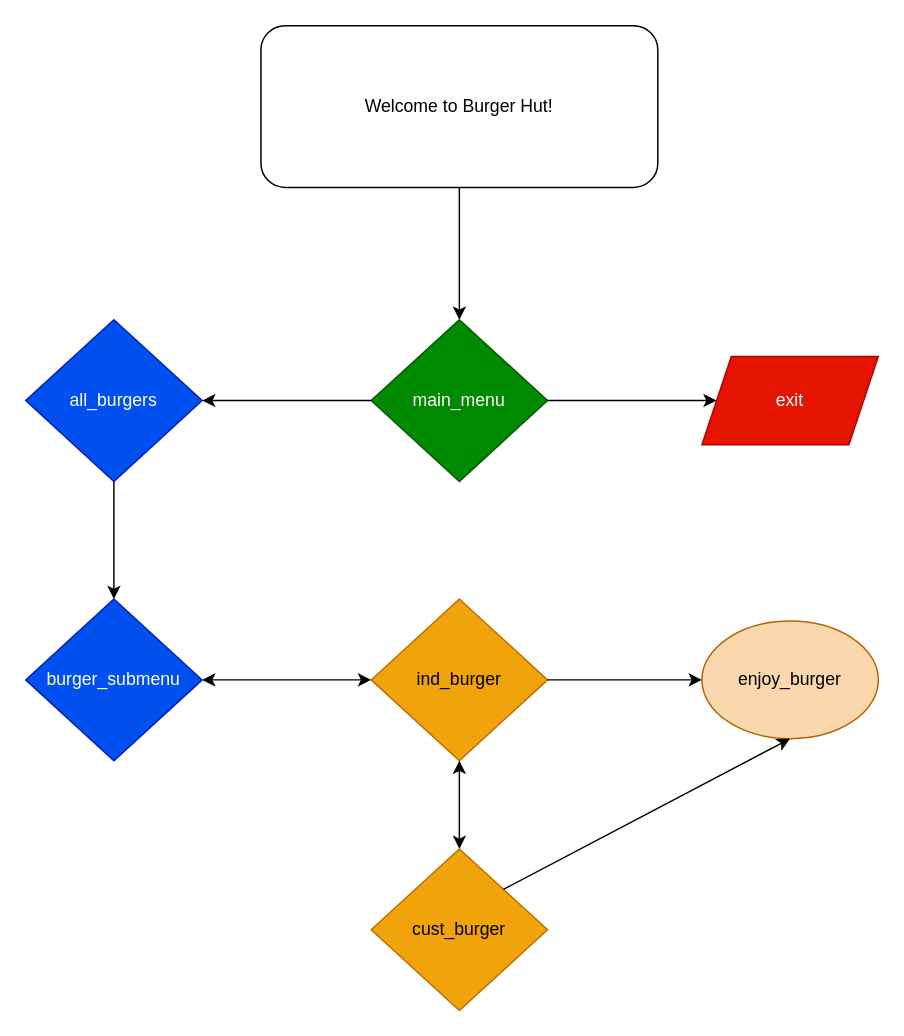
The draw.io diagram server/migrations/BH_flow.drawio in IsaiahCoding/Phase-3-Project, before the edit. Source tidied: cells renumbered, new cells numbered last; positions are measured from the earlier drawing's top-left corner, leaving out a move shared by most shapes. Both pictures are drawn from the tidied source at 147%, with x=0, y=0 at pixel (25, 25).
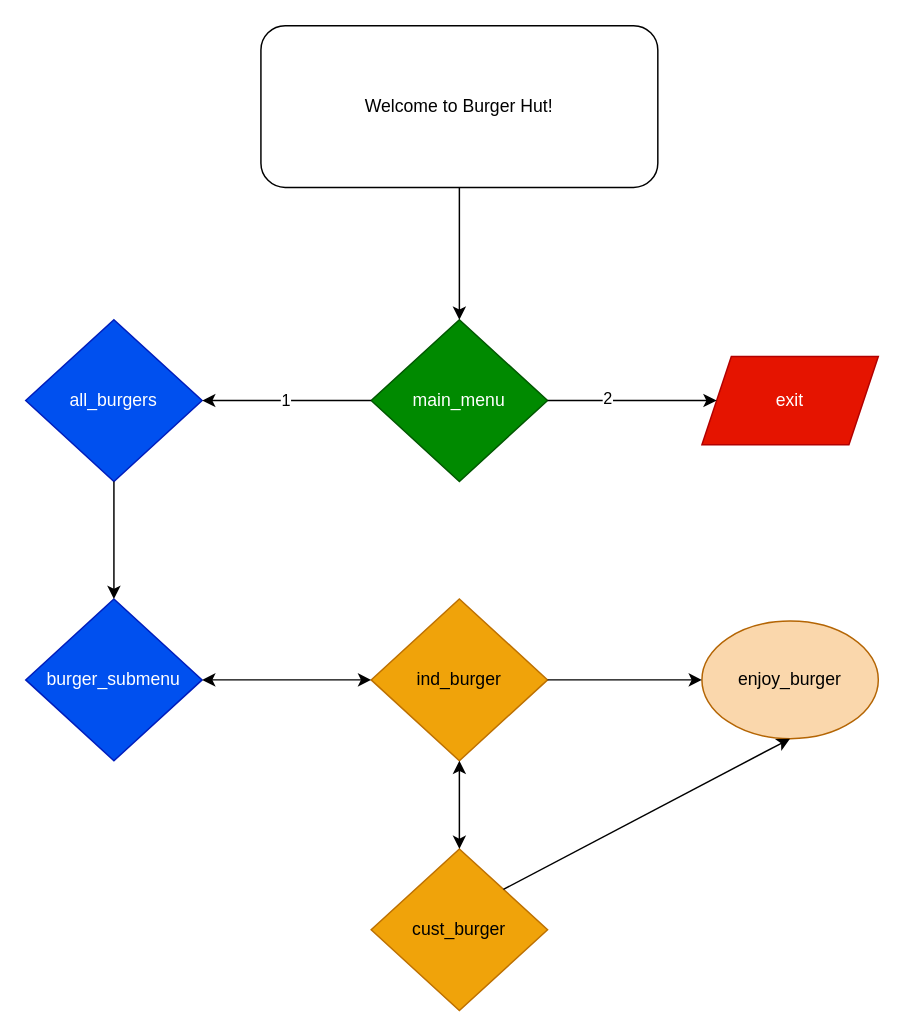
The same page after the edit.

What changed in the source:
```diff
@@
 <mxGraphModel>
   <root>
     <mxCell id="0" />
     <mxCell id="1" parent="0" />
     <mxCell id="2" value="Welcome to Burger Hut!" style="rounded=1;whiteSpace=wrap;html=1;" parent="1" vertex="1">
       <mxGeometry x="160" width="270" height="110" as="geometry" />
     </mxCell>
     <mxCell id="3" value="main_menu" style="rhombus;whiteSpace=wrap;html=1;fillColor=#008a00;fontColor=#ffffff;strokeColor=#005700;" parent="1" vertex="1">
       <mxGeometry x="235" y="200" width="120" height="110" as="geometry" />
     </mxCell>
     <mxCell id="4" value="all_burgers" style="rhombus;whiteSpace=wrap;html=1;fillColor=#0050ef;fontColor=#ffffff;strokeColor=#001DBC;" parent="1" vertex="1">
       <mxGeometry y="200" width="120" height="110" as="geometry" />
     </mxCell>
     <mxCell id="5" value="burger_submenu" style="rhombus;whiteSpace=wrap;html=1;fillColor=#0050ef;fontColor=#ffffff;strokeColor=#001DBC;" parent="1" vertex="1">
       <mxGeometry y="390" width="120" height="110" as="geometry" />
     </mxCell>
     <mxCell id="6" value="ind_burger" style="rhombus;whiteSpace=wrap;html=1;fillColor=#f0a30a;fontColor=#000000;strokeColor=#BD7000;" parent="1" vertex="1">
       <mxGeometry x="235" y="390" width="120" height="110" as="geometry" />
     </mxCell>
     <mxCell id="7" value="cust_burger" style="rhombus;whiteSpace=wrap;html=1;fillColor=#f0a30a;fontColor=#000000;strokeColor=#BD7000;" parent="1" vertex="1">
       <mxGeometry x="235" y="560" width="120" height="110" as="geometry" />
     </mxCell>
     <mxCell id="8" value="exit" style="shape=parallelogram;perimeter=parallelogramPerimeter;whiteSpace=wrap;html=1;fixedSize=1;fillColor=#e51400;fontColor=#ffffff;strokeColor=#B20000;" parent="1" vertex="1">
       <mxGeometry x="460" y="225" width="120" height="60" as="geometry" />
     </mxCell>
     <mxCell id="9" style="endArrow=classic;html=1;" parent="1" edge="1" source="2" target="3">
       <mxGeometry relative="1" as="geometry" />
     </mxCell>
-    <mxCell id="10" style="endArrow=classic;html=1;exitX=0;exitY=0.5;exitDx=0;exitDy=0;" parent="1" edge="1" source="3" target="4">
+    <mxCell id="10" value="1" style="endArrow=classic;html=1;exitX=0;exitY=0.5;exitDx=0;exitDy=0;" parent="1" edge="1" source="3" target="4">
       <mxGeometry relative="1" as="geometry" />
     </mxCell>
     <mxCell id="11" value="enjoy_burger" style="ellipse;whiteSpace=wrap;html=1;fillColor=#fad7ac;strokeColor=#b46504;" parent="1" vertex="1">
       <mxGeometry x="460" y="405" width="120" height="80" as="geometry" />
     </mxCell>
     <mxCell id="12" style="endArrow=classic;html=1;exitX=0.5;exitY=1;exitDx=0;exitDy=0;" parent="1" edge="1" source="4" target="5">
       <mxGeometry relative="1" as="geometry" />
     </mxCell>
     <mxCell id="13" style="endArrow=classic;startArrow=classic;html=1;exitX=1;exitY=0.5;exitDx=0;exitDy=0;entryX=0;entryY=0.5;entryDx=0;entryDy=0;" parent="1" edge="1" source="5" target="6">
       <mxGeometry relative="1" as="geometry" />
     </mxCell>
     <mxCell id="14" style="endArrow=classic;html=1;entryX=0.5;entryY=1;entryDx=0;entryDy=0;exitX=1;exitY=0;exitDx=0;exitDy=0;" parent="1" edge="1" source="7" target="11">
       <mxGeometry relative="1" as="geometry" />
     </mxCell>
     <mxCell id="15" style="endArrow=classic;html=1;entryX=0;entryY=0.5;entryDx=0;entryDy=0;exitX=1;exitY=0.5;exitDx=0;exitDy=0;" parent="1" edge="1" source="6" target="11">
       <mxGeometry relative="1" as="geometry" />
     </mxCell>
     <mxCell id="16" style="endArrow=classic;html=1;exitX=1;exitY=0.5;exitDx=0;exitDy=0;" parent="1" edge="1" source="3" target="8">
       <mxGeometry relative="1" as="geometry" />
     </mxCell>
+    <mxCell id="18" value="2" style="edgeLabel;html=1;align=center;verticalAlign=middle;" parent="16" vertex="1">
+      <mxGeometry x="-0.3" y="2" relative="1" as="geometry" />
+    </mxCell>
     <mxCell id="17" style="endArrow=classic;startArrow=classic;html=1;exitX=0.5;exitY=0;exitDx=0;exitDy=0;entryX=0.5;entryY=1;entryDx=0;entryDy=0;" parent="1" edge="1" source="7" target="6">
       <mxGeometry relative="1" as="geometry" />
     </mxCell>
   </root>
 </mxGraphModel>
```
